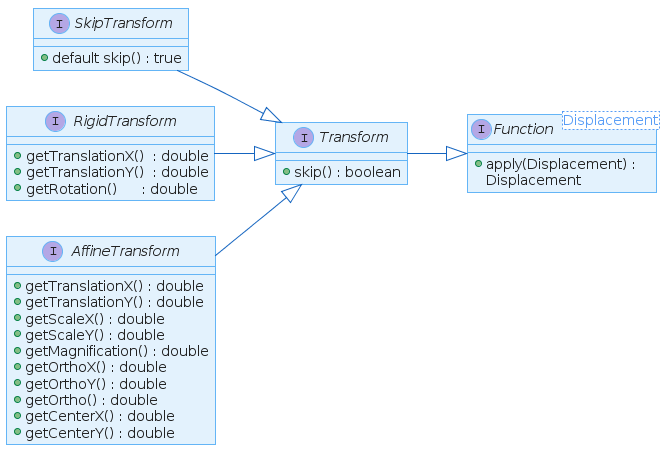
The PlantUML diagram docs/interfaces.png in Oliver-Loeffler/image-registration, before a commit.
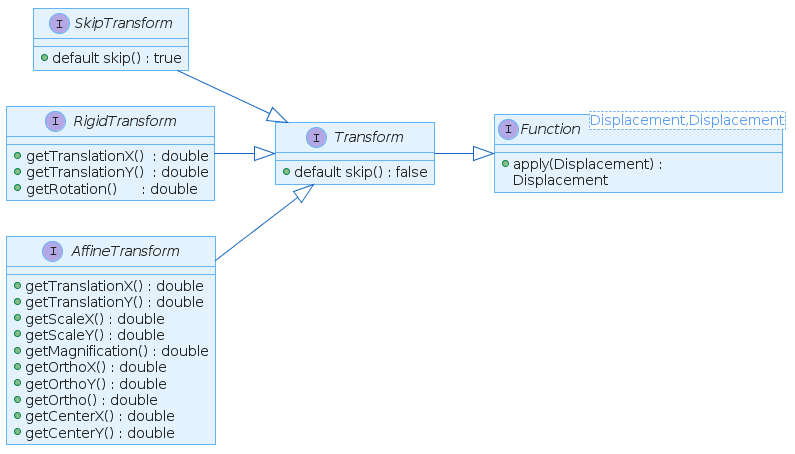
After the commit.

Diff of the diagram source:
```diff
@@ -284,12 +284,12 @@
 
 left to right direction
 
-interface Function<Displacement> {
+interface Function<Displacement,Displacement> {
  +apply(Displacement) : Displacement
 }
 
 interface Transform {
- +skip() : boolean
+ +default skip() : false
 }
 
 interface SkipTransform {
```
